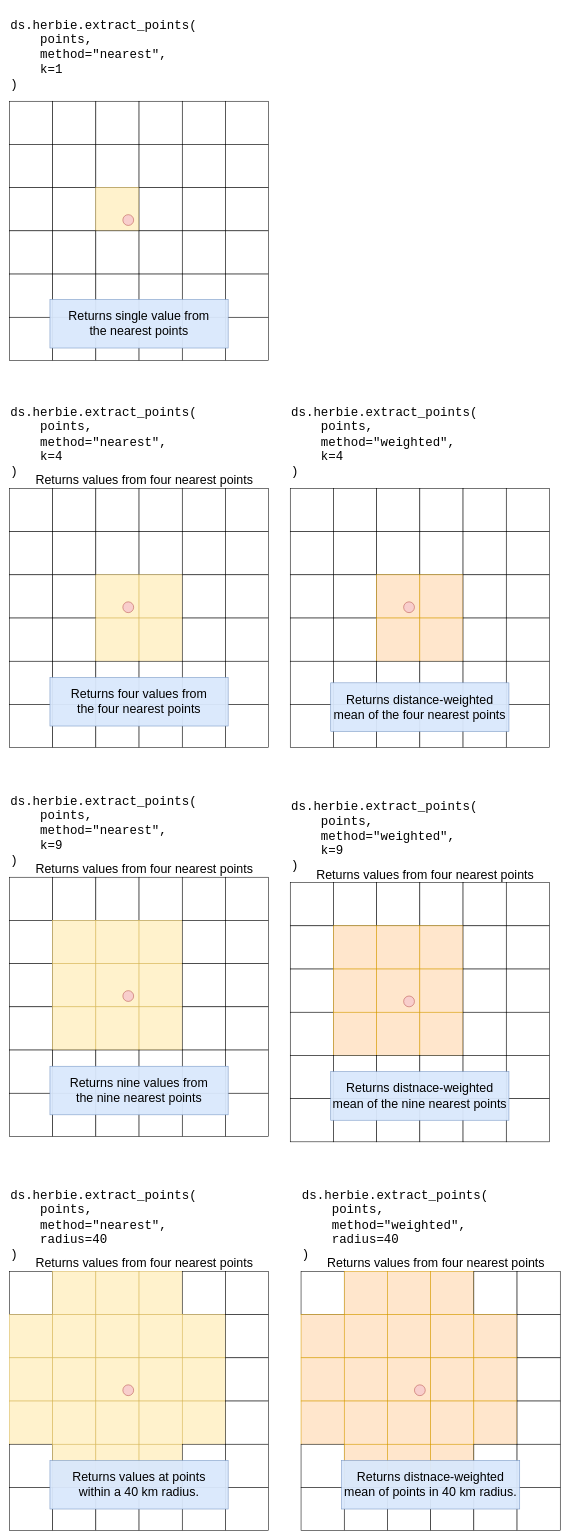
blaylockbk/Herbie keeps this draw.io diagram as docs/_static/diagrams/extract_points_options.drawio. Above is the earlier version. Source tidied: cells renumbered, new cells numbered last; positions are measured from the earlier drawing's top-left corner, leaving out a move shared by most shapes. Both pictures are drawn from the tidied source at 54%, with x=0, y=0 at pixel (9, 9).
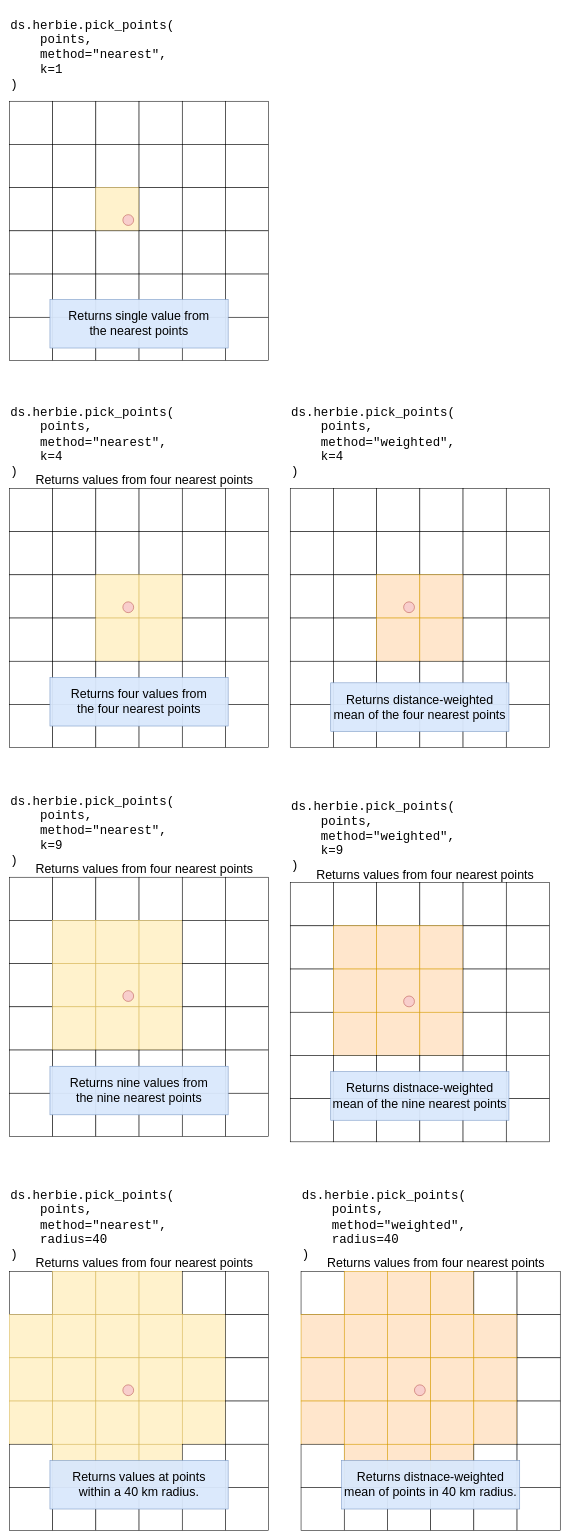
The same page after the edit.

Commit message (it also covers changes not shown here):
change name `extract_points` to `pick_points`, like picking apples from a tree

What changed in the source:
```diff
@@
-    <mxCell id="113" value="&lt;pre&gt;&lt;pre style=&quot;border-color: var(--border-color);&quot;&gt;&lt;font style=&quot;border-color: var(--border-color); font-size: 23px;&quot;&gt;ds.herbie.extract_points(&lt;br style=&quot;border-color: var(--border-color);&quot;&gt;&lt;/font&gt;&lt;font style=&quot;border-color: var(--border-color); font-size: 23px;&quot;&gt;&amp;nbsp; &amp;nbsp; points, &lt;br style=&quot;border-color: var(--border-color);&quot;&gt;&lt;/font&gt;&lt;font style=&quot;border-color: var(--border-color); font-size: 23px;&quot;&gt;&amp;nbsp; &amp;nbsp; method=&quot;nearest&quot;, &lt;br style=&quot;border-color: var(--border-color);&quot;&gt;&lt;/font&gt;&lt;font style=&quot;border-color: var(--border-color); font-size: 23px;&quot;&gt;&amp;nbsp; &amp;nbsp; k=1&lt;br style=&quot;border-color: var(--border-color);&quot;&gt;&lt;/font&gt;&lt;font style=&quot;border-color: var(--border-color); font-size: 23px;&quot;&gt;)&lt;/font&gt;&lt;/pre&gt;&lt;/pre&gt;" style="text;html=1;strokeColor=none;fillColor=none;align=left;verticalAlign=middle;whiteSpace=wrap;rounded=0;" parent="1" vertex="1">
+    <mxCell id="113" value="&lt;pre&gt;&lt;pre style=&quot;border-color: var(--border-color);&quot;&gt;&lt;font style=&quot;border-color: var(--border-color); font-size: 23px;&quot;&gt;ds.herbie.pick_points(&lt;br style=&quot;border-color: var(--border-color);&quot;&gt;&lt;/font&gt;&lt;font style=&quot;border-color: var(--border-color); font-size: 23px;&quot;&gt;&amp;nbsp; &amp;nbsp; points, &lt;br style=&quot;border-color: var(--border-color);&quot;&gt;&lt;/font&gt;&lt;font style=&quot;border-color: var(--border-color); font-size: 23px;&quot;&gt;&amp;nbsp; &amp;nbsp; method=&quot;nearest&quot;, &lt;br style=&quot;border-color: var(--border-color);&quot;&gt;&lt;/font&gt;&lt;font style=&quot;border-color: var(--border-color); font-size: 23px;&quot;&gt;&amp;nbsp; &amp;nbsp; k=1&lt;br style=&quot;border-color: var(--border-color);&quot;&gt;&lt;/font&gt;&lt;font style=&quot;border-color: var(--border-color); font-size: 23px;&quot;&gt;)&lt;/font&gt;&lt;/pre&gt;&lt;/pre&gt;" style="text;html=1;strokeColor=none;fillColor=none;align=left;verticalAlign=middle;whiteSpace=wrap;rounded=0;" parent="1" vertex="1">
       <mxGeometry width="480" height="170" as="geometry" />
     </mxCell>
-    <mxCell id="114" value="&lt;pre&gt;&lt;pre style=&quot;border-color: var(--border-color);&quot;&gt;&lt;font style=&quot;border-color: var(--border-color); font-size: 23px;&quot;&gt;ds.herbie.extract_points(&lt;br style=&quot;border-color: var(--border-color);&quot;&gt;&lt;/font&gt;&lt;font style=&quot;border-color: var(--border-color); font-size: 23px;&quot;&gt;&amp;nbsp; &amp;nbsp; points, &lt;br style=&quot;border-color: var(--border-color);&quot;&gt;&lt;/font&gt;&lt;font style=&quot;border-color: var(--border-color); font-size: 23px;&quot;&gt;&amp;nbsp; &amp;nbsp; method=&quot;nearest&quot;, &lt;br style=&quot;border-color: var(--border-color);&quot;&gt;&lt;/font&gt;&lt;font style=&quot;border-color: var(--border-color); font-size: 23px;&quot;&gt;&amp;nbsp; &amp;nbsp; k=4&lt;br style=&quot;border-color: var(--border-color);&quot;&gt;&lt;/font&gt;&lt;font style=&quot;border-color: var(--border-color); font-size: 23px;&quot;&gt;)&lt;/font&gt;&lt;/pre&gt;&lt;/pre&gt;" style="text;html=1;strokeColor=none;fillColor=none;align=left;verticalAlign=middle;whiteSpace=wrap;rounded=0;" parent="1" vertex="1">
+    <mxCell id="114" value="&lt;pre&gt;&lt;pre style=&quot;border-color: var(--border-color);&quot;&gt;&lt;font style=&quot;border-color: var(--border-color); font-size: 23px;&quot;&gt;ds.herbie.pick_points(&lt;br style=&quot;border-color: var(--border-color);&quot;&gt;&lt;/font&gt;&lt;font style=&quot;border-color: var(--border-color); font-size: 23px;&quot;&gt;&amp;nbsp; &amp;nbsp; points, &lt;br style=&quot;border-color: var(--border-color);&quot;&gt;&lt;/font&gt;&lt;font style=&quot;border-color: var(--border-color); font-size: 23px;&quot;&gt;&amp;nbsp; &amp;nbsp; method=&quot;nearest&quot;, &lt;br style=&quot;border-color: var(--border-color);&quot;&gt;&lt;/font&gt;&lt;font style=&quot;border-color: var(--border-color); font-size: 23px;&quot;&gt;&amp;nbsp; &amp;nbsp; k=4&lt;br style=&quot;border-color: var(--border-color);&quot;&gt;&lt;/font&gt;&lt;font style=&quot;border-color: var(--border-color); font-size: 23px;&quot;&gt;)&lt;/font&gt;&lt;/pre&gt;&lt;/pre&gt;" style="text;html=1;strokeColor=none;fillColor=none;align=left;verticalAlign=middle;whiteSpace=wrap;rounded=0;" parent="1" vertex="1">
       <mxGeometry y="717" width="480" height="170" as="geometry" />
     </mxCell>
-    <mxCell id="115" value="&lt;pre&gt;&lt;pre style=&quot;border-color: var(--border-color);&quot;&gt;&lt;font style=&quot;border-color: var(--border-color); font-size: 23px;&quot;&gt;ds.herbie.extract_points(&lt;br style=&quot;border-color: var(--border-color);&quot;&gt;&lt;/font&gt;&lt;font style=&quot;border-color: var(--border-color); font-size: 23px;&quot;&gt;&amp;nbsp; &amp;nbsp; points, &lt;br style=&quot;border-color: var(--border-color);&quot;&gt;&lt;/font&gt;&lt;font style=&quot;border-color: var(--border-color); font-size: 23px;&quot;&gt;&amp;nbsp; &amp;nbsp; method=&quot;weighted&quot;, &lt;br style=&quot;border-color: var(--border-color);&quot;&gt;&lt;/font&gt;&lt;font style=&quot;border-color: var(--border-color); font-size: 23px;&quot;&gt;&amp;nbsp; &amp;nbsp; k=4&lt;br style=&quot;border-color: var(--border-color);&quot;&gt;&lt;/font&gt;&lt;font style=&quot;border-color: var(--border-color); font-size: 23px;&quot;&gt;)&lt;/font&gt;&lt;/pre&gt;&lt;/pre&gt;" style="text;html=1;strokeColor=none;fillColor=none;align=left;verticalAlign=middle;whiteSpace=wrap;rounded=0;" parent="1" vertex="1">
+    <mxCell id="115" value="&lt;pre&gt;&lt;pre style=&quot;border-color: var(--border-color);&quot;&gt;&lt;font style=&quot;border-color: var(--border-color); font-size: 23px;&quot;&gt;ds.herbie.pick_points(&lt;br style=&quot;border-color: var(--border-color);&quot;&gt;&lt;/font&gt;&lt;font style=&quot;border-color: var(--border-color); font-size: 23px;&quot;&gt;&amp;nbsp; &amp;nbsp; points, &lt;br style=&quot;border-color: var(--border-color);&quot;&gt;&lt;/font&gt;&lt;font style=&quot;border-color: var(--border-color); font-size: 23px;&quot;&gt;&amp;nbsp; &amp;nbsp; method=&quot;weighted&quot;, &lt;br style=&quot;border-color: var(--border-color);&quot;&gt;&lt;/font&gt;&lt;font style=&quot;border-color: var(--border-color); font-size: 23px;&quot;&gt;&amp;nbsp; &amp;nbsp; k=4&lt;br style=&quot;border-color: var(--border-color);&quot;&gt;&lt;/font&gt;&lt;font style=&quot;border-color: var(--border-color); font-size: 23px;&quot;&gt;)&lt;/font&gt;&lt;/pre&gt;&lt;/pre&gt;" style="text;html=1;strokeColor=none;fillColor=none;align=left;verticalAlign=middle;whiteSpace=wrap;rounded=0;" parent="1" vertex="1">
       <mxGeometry x="520" y="717" width="480" height="170" as="geometry" />
     </mxCell>
@@
-    <mxCell id="157" value="&lt;pre&gt;&lt;pre style=&quot;border-color: var(--border-color);&quot;&gt;&lt;font style=&quot;border-color: var(--border-color); font-size: 23px;&quot;&gt;ds.herbie.extract_points(&lt;br style=&quot;border-color: var(--border-color);&quot;&gt;&lt;/font&gt;&lt;font style=&quot;border-color: var(--border-color); font-size: 23px;&quot;&gt;&amp;nbsp; &amp;nbsp; points, &lt;br style=&quot;border-color: var(--border-color);&quot;&gt;&lt;/font&gt;&lt;font style=&quot;border-color: var(--border-color); font-size: 23px;&quot;&gt;&amp;nbsp; &amp;nbsp; method=&quot;nearest&quot;, &lt;br style=&quot;border-color: var(--border-color);&quot;&gt;&lt;/font&gt;&lt;font style=&quot;border-color: var(--border-color); font-size: 23px;&quot;&gt;&amp;nbsp; &amp;nbsp; k=9&lt;br style=&quot;border-color: var(--border-color);&quot;&gt;&lt;/font&gt;&lt;font style=&quot;border-color: var(--border-color); font-size: 23px;&quot;&gt;)&lt;/font&gt;&lt;/pre&gt;&lt;/pre&gt;" style="text;html=1;strokeColor=none;fillColor=none;align=left;verticalAlign=middle;whiteSpace=wrap;rounded=0;" parent="1" vertex="1">
+    <mxCell id="157" value="&lt;pre&gt;&lt;pre style=&quot;border-color: var(--border-color);&quot;&gt;&lt;font style=&quot;border-color: var(--border-color); font-size: 23px;&quot;&gt;ds.herbie.pick_points(&lt;br style=&quot;border-color: var(--border-color);&quot;&gt;&lt;/font&gt;&lt;font style=&quot;border-color: var(--border-color); font-size: 23px;&quot;&gt;&amp;nbsp; &amp;nbsp; points, &lt;br style=&quot;border-color: var(--border-color);&quot;&gt;&lt;/font&gt;&lt;font style=&quot;border-color: var(--border-color); font-size: 23px;&quot;&gt;&amp;nbsp; &amp;nbsp; method=&quot;nearest&quot;, &lt;br style=&quot;border-color: var(--border-color);&quot;&gt;&lt;/font&gt;&lt;font style=&quot;border-color: var(--border-color); font-size: 23px;&quot;&gt;&amp;nbsp; &amp;nbsp; k=9&lt;br style=&quot;border-color: var(--border-color);&quot;&gt;&lt;/font&gt;&lt;font style=&quot;border-color: var(--border-color); font-size: 23px;&quot;&gt;)&lt;/font&gt;&lt;/pre&gt;&lt;/pre&gt;" style="text;html=1;strokeColor=none;fillColor=none;align=left;verticalAlign=middle;whiteSpace=wrap;rounded=0;" parent="1" vertex="1">
       <mxGeometry y="1437" width="480" height="170" as="geometry" />
     </mxCell>
@@
-    <mxCell id="197" value="&lt;pre&gt;&lt;pre style=&quot;border-color: var(--border-color);&quot;&gt;&lt;font style=&quot;border-color: var(--border-color); font-size: 23px;&quot;&gt;ds.herbie.extract_points(&lt;br style=&quot;border-color: var(--border-color);&quot;&gt;&lt;/font&gt;&lt;font style=&quot;border-color: var(--border-color); font-size: 23px;&quot;&gt;&amp;nbsp; &amp;nbsp; points, &lt;br style=&quot;border-color: var(--border-color);&quot;&gt;&lt;/font&gt;&lt;font style=&quot;border-color: var(--border-color); font-size: 23px;&quot;&gt;&amp;nbsp; &amp;nbsp; method=&quot;weighted&quot;, &lt;br style=&quot;border-color: var(--border-color);&quot;&gt;&lt;/font&gt;&lt;font style=&quot;border-color: var(--border-color); font-size: 23px;&quot;&gt;&amp;nbsp; &amp;nbsp; k=9&lt;br style=&quot;border-color: var(--border-color);&quot;&gt;&lt;/font&gt;&lt;font style=&quot;border-color: var(--border-color); font-size: 23px;&quot;&gt;)&lt;/font&gt;&lt;/pre&gt;&lt;/pre&gt;" style="text;html=1;strokeColor=none;fillColor=none;align=left;verticalAlign=middle;whiteSpace=wrap;rounded=0;" parent="1" vertex="1">
+    <mxCell id="197" value="&lt;pre&gt;&lt;pre style=&quot;border-color: var(--border-color);&quot;&gt;&lt;font style=&quot;border-color: var(--border-color); font-size: 23px;&quot;&gt;ds.herbie.pick_points(&lt;br style=&quot;border-color: var(--border-color);&quot;&gt;&lt;/font&gt;&lt;font style=&quot;border-color: var(--border-color); font-size: 23px;&quot;&gt;&amp;nbsp; &amp;nbsp; points, &lt;br style=&quot;border-color: var(--border-color);&quot;&gt;&lt;/font&gt;&lt;font style=&quot;border-color: var(--border-color); font-size: 23px;&quot;&gt;&amp;nbsp; &amp;nbsp; method=&quot;weighted&quot;, &lt;br style=&quot;border-color: var(--border-color);&quot;&gt;&lt;/font&gt;&lt;font style=&quot;border-color: var(--border-color); font-size: 23px;&quot;&gt;&amp;nbsp; &amp;nbsp; k=9&lt;br style=&quot;border-color: var(--border-color);&quot;&gt;&lt;/font&gt;&lt;font style=&quot;border-color: var(--border-color); font-size: 23px;&quot;&gt;)&lt;/font&gt;&lt;/pre&gt;&lt;/pre&gt;" style="text;html=1;strokeColor=none;fillColor=none;align=left;verticalAlign=middle;whiteSpace=wrap;rounded=0;" parent="1" vertex="1">
       <mxGeometry x="520" y="1447" width="480" height="170" as="geometry" />
     </mxCell>
@@
-    <mxCell id="237" value="&lt;pre&gt;&lt;pre style=&quot;border-color: var(--border-color);&quot;&gt;&lt;font style=&quot;border-color: var(--border-color); font-size: 23px;&quot;&gt;ds.herbie.extract_points(&lt;br style=&quot;border-color: var(--border-color);&quot;&gt;&lt;/font&gt;&lt;font style=&quot;border-color: var(--border-color); font-size: 23px;&quot;&gt;&amp;nbsp; &amp;nbsp; points, &lt;br style=&quot;border-color: var(--border-color);&quot;&gt;&lt;/font&gt;&lt;font style=&quot;border-color: var(--border-color); font-size: 23px;&quot;&gt;&amp;nbsp; &amp;nbsp; method=&quot;nearest&quot;, &lt;br style=&quot;border-color: var(--border-color);&quot;&gt;&lt;/font&gt;&lt;font style=&quot;border-color: var(--border-color); font-size: 23px;&quot;&gt;&amp;nbsp; &amp;nbsp; radius=40&lt;br style=&quot;border-color: var(--border-color);&quot;&gt;&lt;/font&gt;&lt;font style=&quot;border-color: var(--border-color); font-size: 23px;&quot;&gt;)&lt;/font&gt;&lt;/pre&gt;&lt;/pre&gt;" style="text;html=1;strokeColor=none;fillColor=none;align=left;verticalAlign=middle;whiteSpace=wrap;rounded=0;" parent="1" vertex="1">
+    <mxCell id="237" value="&lt;pre&gt;&lt;pre style=&quot;border-color: var(--border-color);&quot;&gt;&lt;font style=&quot;border-color: var(--border-color); font-size: 23px;&quot;&gt;ds.herbie.pick_points(&lt;br style=&quot;border-color: var(--border-color);&quot;&gt;&lt;/font&gt;&lt;font style=&quot;border-color: var(--border-color); font-size: 23px;&quot;&gt;&amp;nbsp; &amp;nbsp; points, &lt;br style=&quot;border-color: var(--border-color);&quot;&gt;&lt;/font&gt;&lt;font style=&quot;border-color: var(--border-color); font-size: 23px;&quot;&gt;&amp;nbsp; &amp;nbsp; method=&quot;nearest&quot;, &lt;br style=&quot;border-color: var(--border-color);&quot;&gt;&lt;/font&gt;&lt;font style=&quot;border-color: var(--border-color); font-size: 23px;&quot;&gt;&amp;nbsp; &amp;nbsp; radius=40&lt;br style=&quot;border-color: var(--border-color);&quot;&gt;&lt;/font&gt;&lt;font style=&quot;border-color: var(--border-color); font-size: 23px;&quot;&gt;)&lt;/font&gt;&lt;/pre&gt;&lt;/pre&gt;" style="text;html=1;strokeColor=none;fillColor=none;align=left;verticalAlign=middle;whiteSpace=wrap;rounded=0;" parent="1" vertex="1">
       <mxGeometry y="2167" width="480" height="170" as="geometry" />
     </mxCell>
@@
-    <mxCell id="277" value="&lt;pre&gt;&lt;pre style=&quot;border-color: var(--border-color);&quot;&gt;&lt;font style=&quot;border-color: var(--border-color); font-size: 23px;&quot;&gt;ds.herbie.extract_points(&lt;br style=&quot;border-color: var(--border-color);&quot;&gt;&lt;/font&gt;&lt;font style=&quot;border-color: var(--border-color); font-size: 23px;&quot;&gt;&amp;nbsp; &amp;nbsp; points, &lt;br style=&quot;border-color: var(--border-color);&quot;&gt;&lt;/font&gt;&lt;font style=&quot;border-color: var(--border-color); font-size: 23px;&quot;&gt;&amp;nbsp; &amp;nbsp; method=&quot;weighted&quot;, &lt;br style=&quot;border-color: var(--border-color);&quot;&gt;&lt;/font&gt;&lt;font style=&quot;border-color: var(--border-color); font-size: 23px;&quot;&gt;&amp;nbsp; &amp;nbsp; radius=40&lt;br style=&quot;border-color: var(--border-color);&quot;&gt;&lt;/font&gt;&lt;font style=&quot;border-color: var(--border-color); font-size: 23px;&quot;&gt;)&lt;/font&gt;&lt;/pre&gt;&lt;/pre&gt;" style="text;html=1;strokeColor=none;fillColor=none;align=left;verticalAlign=middle;whiteSpace=wrap;rounded=0;" parent="1" vertex="1">
+    <mxCell id="277" value="&lt;pre&gt;&lt;pre style=&quot;border-color: var(--border-color);&quot;&gt;&lt;font style=&quot;border-color: var(--border-color); font-size: 23px;&quot;&gt;ds.herbie.pick_points(&lt;br style=&quot;border-color: var(--border-color);&quot;&gt;&lt;/font&gt;&lt;font style=&quot;border-color: var(--border-color); font-size: 23px;&quot;&gt;&amp;nbsp; &amp;nbsp; points, &lt;br style=&quot;border-color: var(--border-color);&quot;&gt;&lt;/font&gt;&lt;font style=&quot;border-color: var(--border-color); font-size: 23px;&quot;&gt;&amp;nbsp; &amp;nbsp; method=&quot;weighted&quot;, &lt;br style=&quot;border-color: var(--border-color);&quot;&gt;&lt;/font&gt;&lt;font style=&quot;border-color: var(--border-color); font-size: 23px;&quot;&gt;&amp;nbsp; &amp;nbsp; radius=40&lt;br style=&quot;border-color: var(--border-color);&quot;&gt;&lt;/font&gt;&lt;font style=&quot;border-color: var(--border-color); font-size: 23px;&quot;&gt;)&lt;/font&gt;&lt;/pre&gt;&lt;/pre&gt;" style="text;html=1;strokeColor=none;fillColor=none;align=left;verticalAlign=middle;whiteSpace=wrap;rounded=0;" parent="1" vertex="1">
       <mxGeometry x="540" y="2167" width="480" height="170" as="geometry" />
     </mxCell>
```
